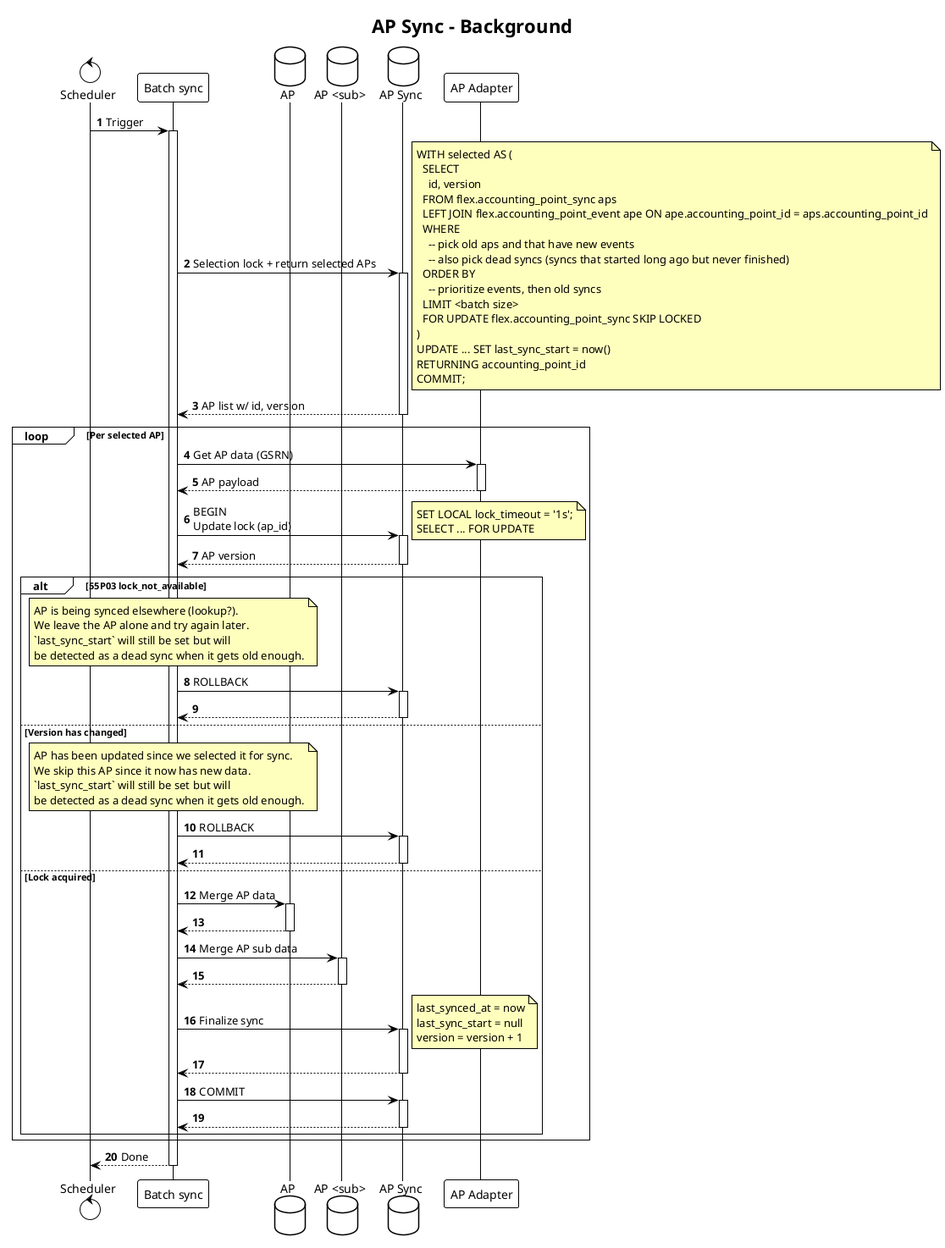
This is docs/diagrams/accounting-point-sync-background.png from elhub/flex-information-system, a PlantUML export, as it was before one commit.
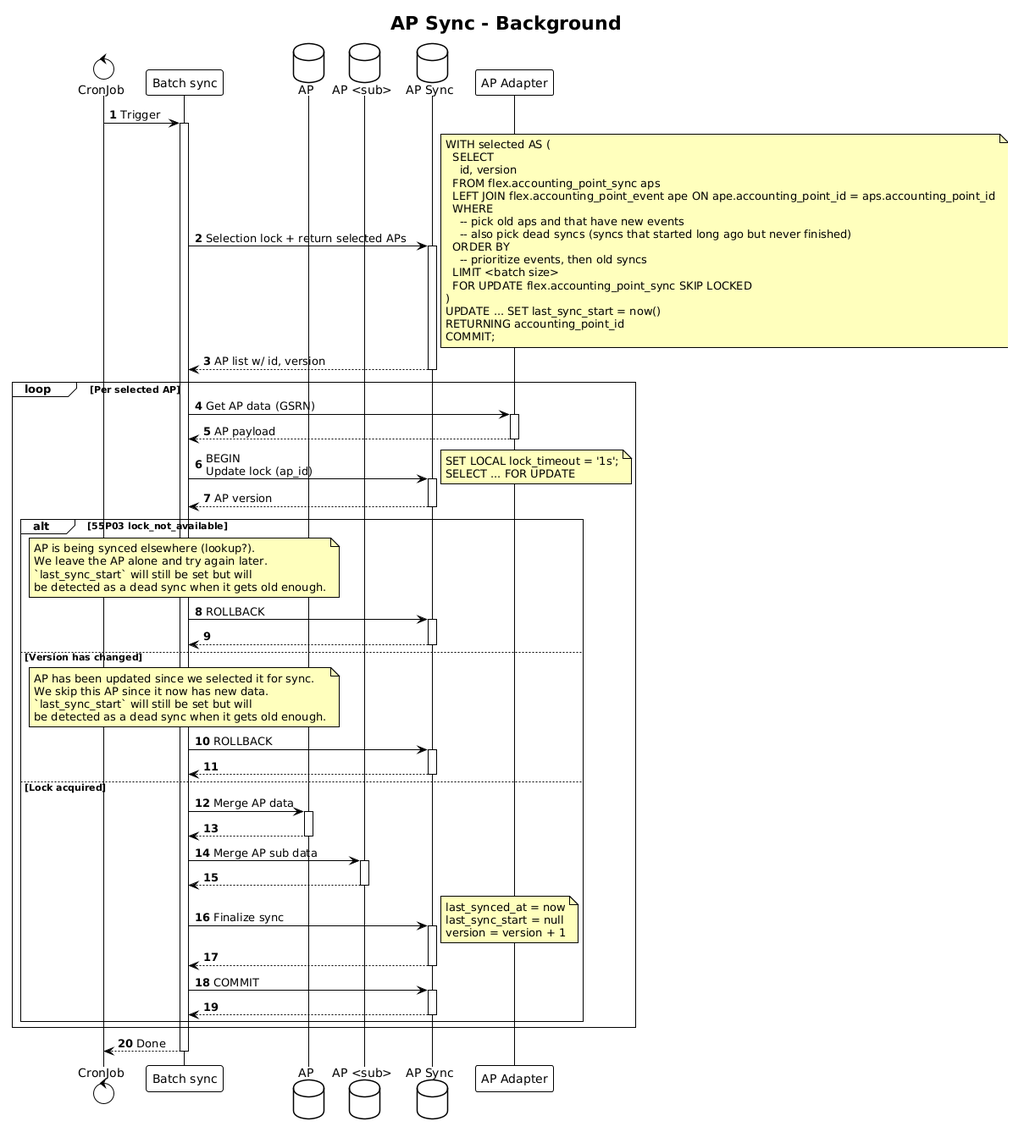
After the commit.

What changed in the source:
```diff
@@ -9,14 +9,14 @@
     BackgroundColor #FFFFBD
 }
 
-control "Scheduler" as SCH
+control "CronJob" as CJ
 participant "Batch sync" as BS
 database "AP" as AP
 database "AP <sub>" as APSUB
 database "AP Sync" as APS
 participant "AP Adapter" as APA
 
-SCH -> BS: Trigger
+CJ -> BS: Trigger
 BS -> APS: Selection lock + return selected APs
 note right
     WITH selected AS (
@@ -84,5 +84,5 @@
     end
 end
 
-BS --> SCH: Done
+BS --> CJ: Done
 @enduml
```
